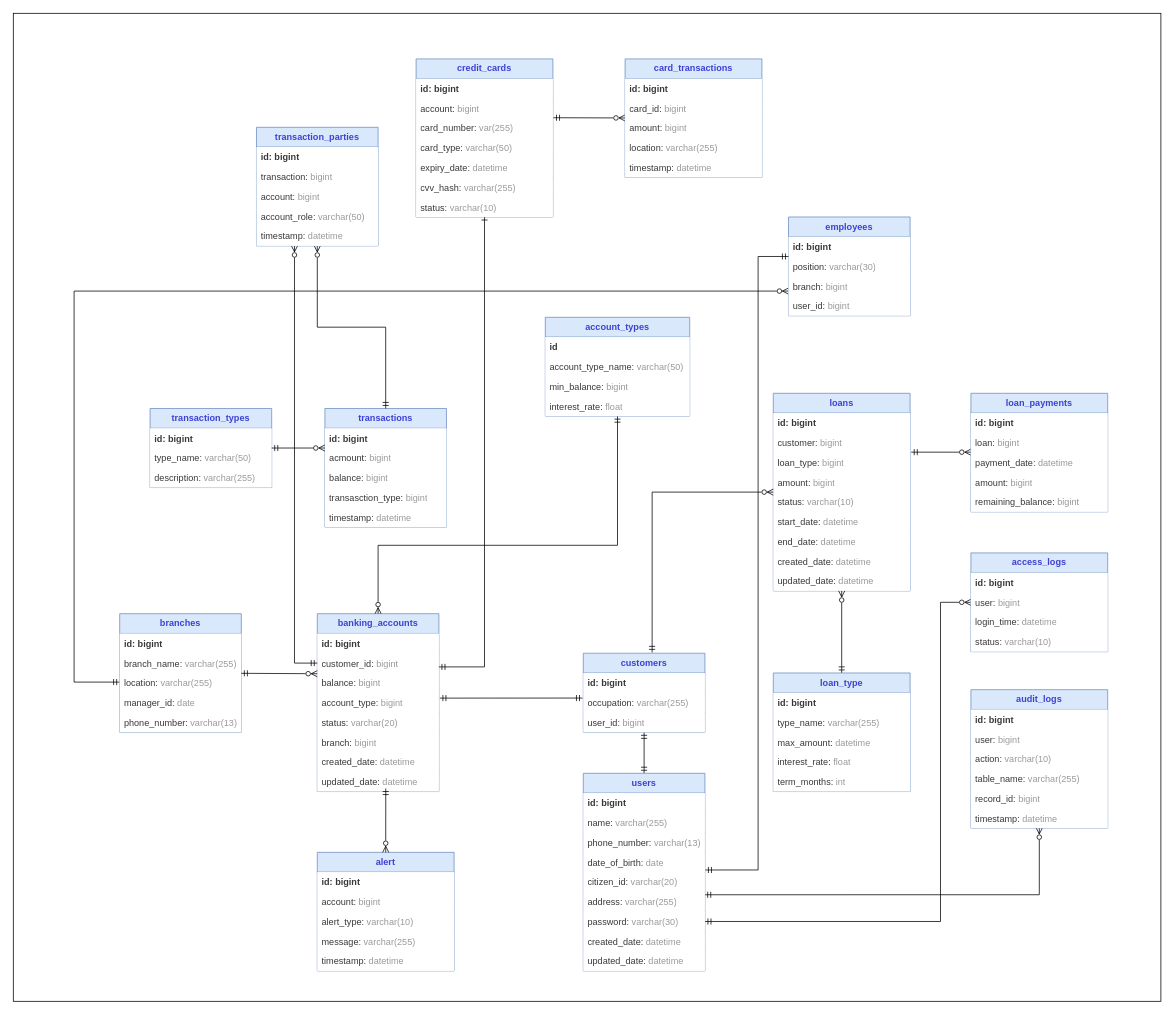
dhuy00/diagram keeps this draw.io diagram as banking/database/Banking Diagram.drawio. Above is the earlier version. Source tidied: cells renumbered, new cells numbered last; positions are measured from the earlier drawing's top-left corner, leaving out a move shared by most shapes. Both pictures are drawn from the tidied source at 76%, with x=0, y=0 at pixel (13, 13).
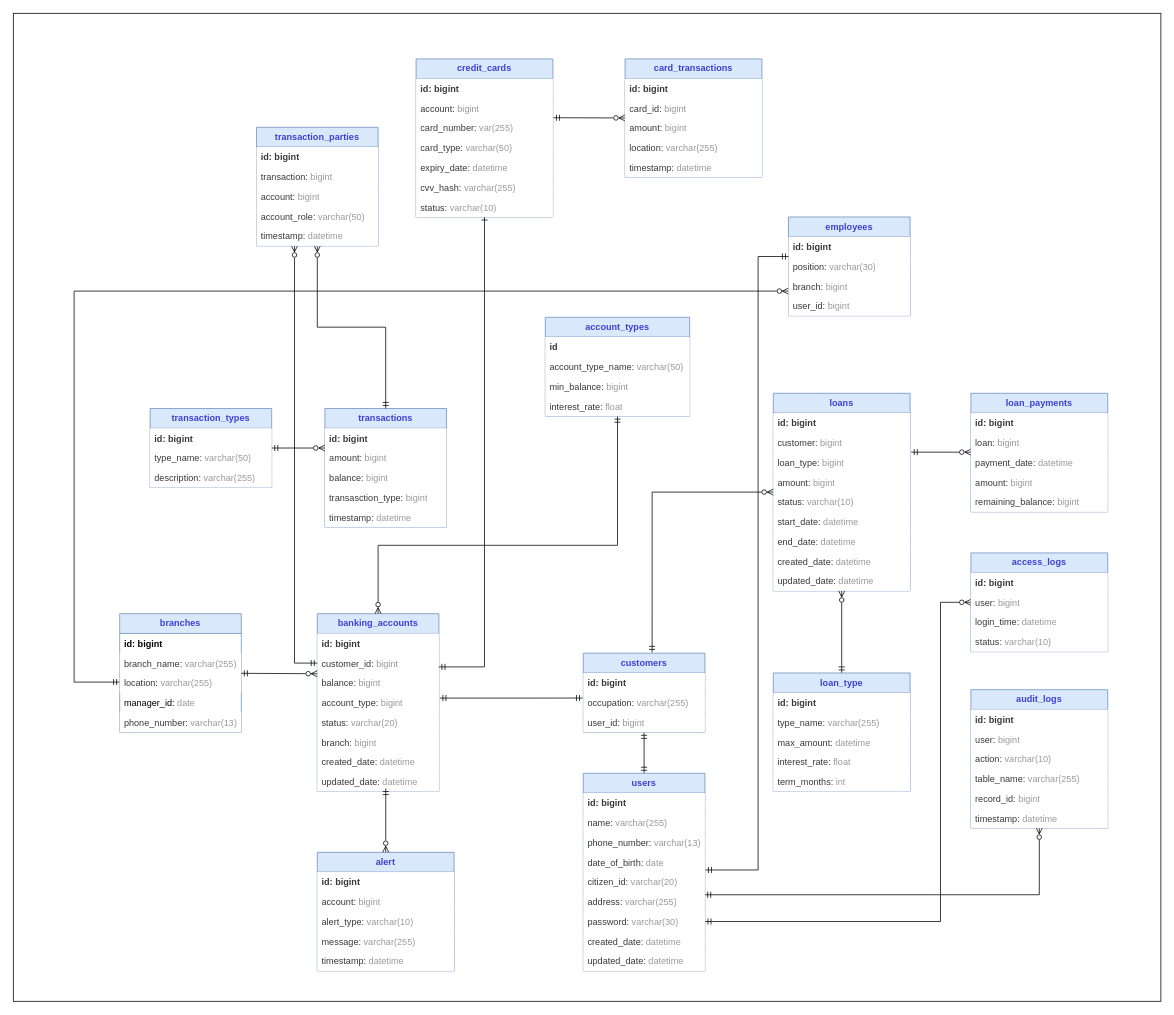
The same diagram, later.

Unchanged cells that the change refers to:
```xml
<mxCell id="23" value="transactions" style="swimlane;fontStyle=1;horizontal=1;startSize=26;fillColor=#dae8fc;whiteSpace=wrap;html=1;strokeColor=#6c8ebf;fontColor=light-dark(#3c41d3, #ededed);" parent="1" vertex="1">
  <mxGeometry x="410" y="520" width="160" height="156" as="geometry" />
</mxCell>
```

The edit, as a diff of the source:
```diff
@@
-    <mxCell id="25" value="acmount: &lt;font style=&quot;color: rgb(153, 153, 153);&quot;&gt;bigint&lt;/font&gt;" style="text;strokeColor=none;fillColor=default;align=left;verticalAlign=top;spacingLeft=4;spacingRight=4;overflow=hidden;points=[[0,0.5],[1,0.5]];portConstraint=eastwest;whiteSpace=wrap;html=1;fontColor=light-dark(#393838,#EDEDED);" parent="23" vertex="1">
+    <mxCell id="25" value="amount: &lt;font style=&quot;color: rgb(153, 153, 153);&quot;&gt;bigint&lt;/font&gt;" style="text;strokeColor=none;fillColor=default;align=left;verticalAlign=top;spacingLeft=4;spacingRight=4;overflow=hidden;points=[[0,0.5],[1,0.5]];portConstraint=eastwest;whiteSpace=wrap;html=1;fontColor=light-dark(#393838,#EDEDED);" parent="23" vertex="1">
       <mxGeometry y="52" width="160" height="26" as="geometry" />
     </mxCell>
@@
-    <mxCell id="102" value="branches" style="swimlane;fontStyle=1;horizontal=1;startSize=26;fillColor=#dae8fc;whiteSpace=wrap;html=1;strokeColor=#6c8ebf;fontColor=light-dark(#3c41d3, #ededed);" parent="1" vertex="1">
+    <mxCell id="102" value="branches" style="swimlane;fontStyle=1;horizontal=1;startSize=26;fillColor=#dae8fc;whiteSpace=wrap;html=1;strokeColor=#6c8ebf;fontColor=light-dark(#3c41d3, #ededed);gradientColor=none;swimlaneFillColor=none;" parent="1" vertex="1">
       <mxGeometry x="140" y="790" width="160" height="156" as="geometry" />
     </mxCell>
-    <mxCell id="103" value="id: bigint" style="text;strokeColor=none;fillColor=default;align=left;verticalAlign=top;spacingLeft=4;spacingRight=4;overflow=hidden;whiteSpace=wrap;html=1;fontStyle=1;fontColor=light-dark(#393838, #ededed);" parent="102" vertex="1">
+    <mxCell id="103" value="id: bigint" style="text;align=left;verticalAlign=top;spacingLeft=4;spacingRight=4;overflow=hidden;whiteSpace=wrap;html=1;fontStyle=1;" parent="102" vertex="1">
       <mxGeometry y="26" width="160" height="26" as="geometry" />
     </mxCell>
@@
-    <mxCell id="106" value="manager_id: &lt;font style=&quot;color: rgb(153, 153, 153);&quot;&gt;date&lt;/font&gt;" style="text;strokeColor=none;fillColor=default;align=left;verticalAlign=top;spacingLeft=4;spacingRight=4;overflow=hidden;whiteSpace=wrap;html=1;fontColor=#393838;" parent="102" vertex="1">
+    <mxCell id="106" value="manager_id: &lt;font style=&quot;color: rgb(153, 153, 153);&quot;&gt;date&lt;/font&gt;" style="text;align=left;verticalAlign=top;spacingLeft=4;spacingRight=4;overflow=hidden;whiteSpace=wrap;html=1;" parent="102" vertex="1">
       <mxGeometry y="104" width="160" height="26" as="geometry" />
     </mxCell>
```
